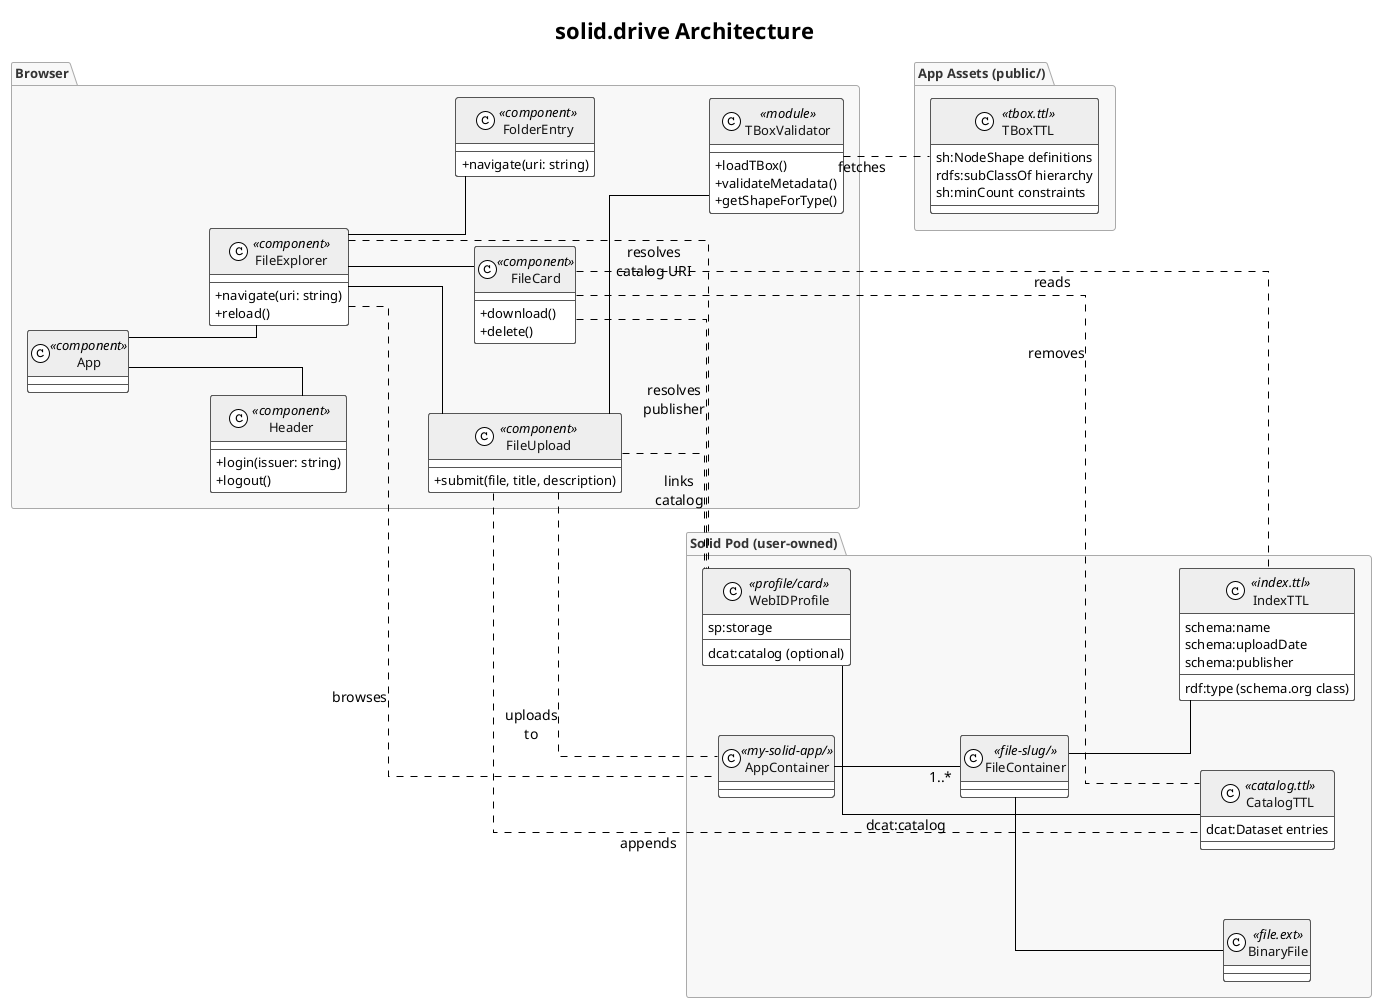
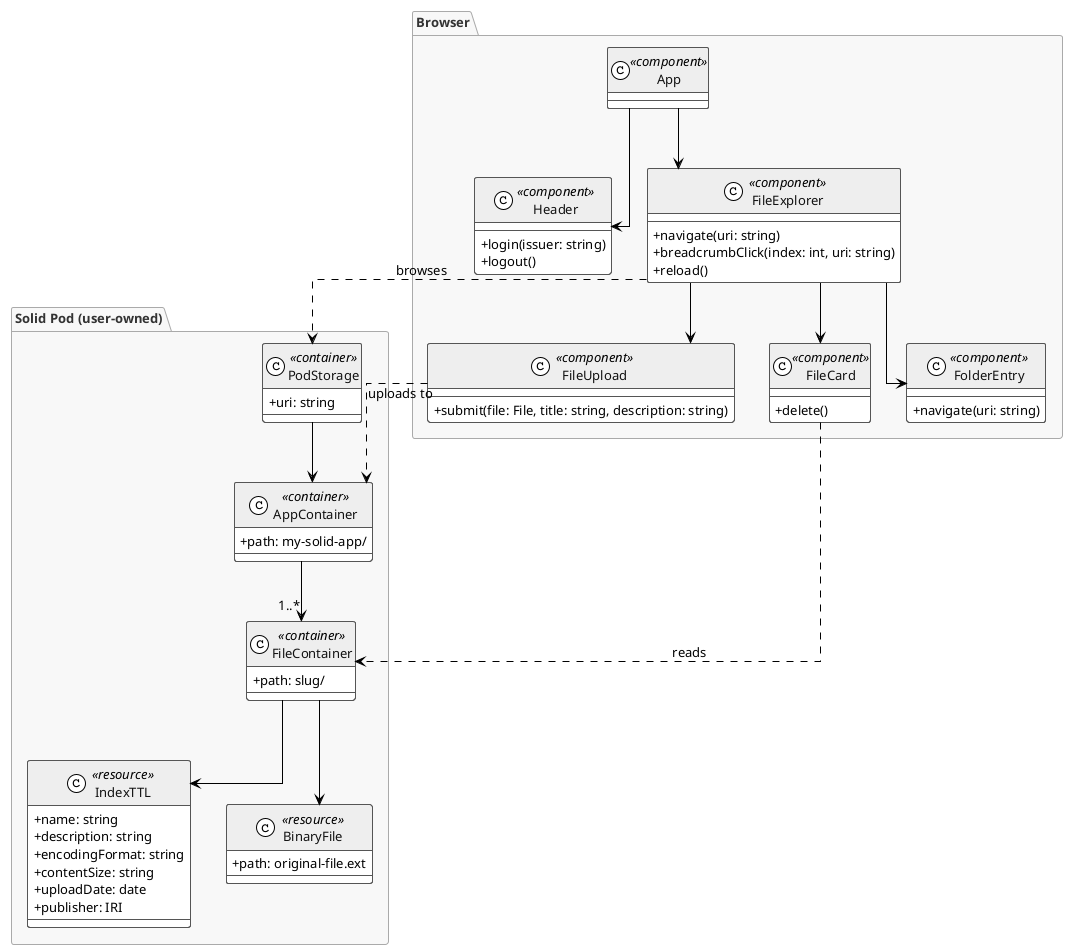
- @startuml architecture
- title solid.drive Architecture
- 
+ @startuml solid.drive Architecture
!theme plain
skinparam defaultFontName sans-serif
skinparam defaultFontSize 13
+ skinparam linetype ortho
skinparam classAttributeIconSize 0
- skinparam backgroundColor White
- skinparam linetype ortho

skinparam class {
  BackgroundColor White
  BorderColor #555555
  FontColor #111111
  HeaderBackgroundColor #EEEEEE
}

skinparam package {
  BackgroundColor #F8F8F8
  BorderColor #AAAAAA
  FontColor #333333
  FontStyle Bold
}

- skinparam arrow {
-   Margin 15
-   FontSize 14
+ skinparam note {
+   BackgroundColor #FFFFF0
+   BorderColor #AAAAAA
}
- 
- skinparam label {
-   BackgroundColor White
-   FontSize 14
- }
- 
- skinparam nodesep 70
- skinparam ranksep 80
- 
- skinparam linetype ortho
- 
- left to right direction

package "Browser" {

-   class App <<component>>
+   class App <<component>> {
+   }

  class Header <<component>> {
    +login(issuer: string)
    +logout()
  }

  class FileExplorer <<component>> {
    +navigate(uri: string)
+     +breadcrumbClick(index: int, uri: string)
    +reload()
  }

  class FileUpload <<component>> {
-     +submit(file, title, description)
-   }
- 
-   class TBoxValidator <<module>> {
-     +loadTBox()
-     +validateMetadata()
-     +getShapeForType()
+     +submit(file: File, title: string, description: string)
  }

  class FileCard <<component>> {
-     +download()
    +delete()
  }

  class FolderEntry <<component>> {
    +navigate(uri: string)
  }

-   App -- Header
-   App -- FileExplorer
-   FileExplorer -- FileUpload
-   FileExplorer -- FileCard
-   FileExplorer -- FolderEntry
-   FileUpload -- TBoxValidator
- }
- 
- package "App Assets (public/)" {
-   class TBoxTTL <<tbox.ttl>> {
-     sh:NodeShape definitions
-     rdfs:subClassOf hierarchy
-     sh:minCount constraints
-   }
+   App --> Header
+   App --> FileExplorer
+   FileExplorer --> FileUpload
+   FileExplorer --> FileCard
+   FileExplorer --> FolderEntry
}

package "Solid Pod (user-owned)" {

-   class CatalogTTL <<catalog.ttl>> {
-     dcat:Dataset entries
+   class PodStorage <<container>> {
+     +uri: string
  }

-   class AppContainer <<my-solid-app/>>
- 
-   class FileContainer <<file-slug/>>
- 
-   class IndexTTL <<index.ttl>> {
-     rdf:type (schema.org class)
-     schema:name
-     schema:uploadDate
-     schema:publisher
+   class AppContainer <<container>> {
+     +path: my-solid-app/
  }

-   class BinaryFile <<file.ext>>
+   class FileContainer <<container>> {
+     +path: slug/
+   }

-   class WebIDProfile <<profile/card>> {
-     sp:storage
-     dcat:catalog (optional)
+   class IndexTTL <<resource>> {
+     +name: string
+     +description: string
+     +encodingFormat: string
+     +contentSize: string
+     +uploadDate: date
+     +publisher: IRI
  }
+ 
+   class BinaryFile <<resource>> {
+     +path: original-file.ext
+   }
+ 
+   PodStorage --> AppContainer
+   AppContainer --> "1..*" FileContainer
+   FileContainer --> IndexTTL
+   FileContainer --> BinaryFile
}
-   AppContainer -- "1..*" FileContainer
-   FileContainer -- IndexTTL
-   FileContainer -- BinaryFile
-   WebIDProfile --- CatalogTTL : dcat:catalog

- TBoxValidator .. TBoxTTL        : fetches
- 
- FileUpload .. CatalogTTL        : appends
- FileUpload .. AppContainer      : uploads\nto
- FileUpload .. WebIDProfile      : links\ncatalog
- 
- FileCard .. IndexTTL            : reads
- FileCard .. CatalogTTL          : removes
- FileCard .down. WebIDProfile   : resolves\npublisher
- 
- FileExplorer .. AppContainer    : browses
- FileExplorer .down. WebIDProfile    : resolves\ncatalog URI
+ FileExplorer ..> PodStorage : browses
+ FileUpload ..> AppContainer : uploads to
+ FileCard ..> FileContainer : reads

@enduml
